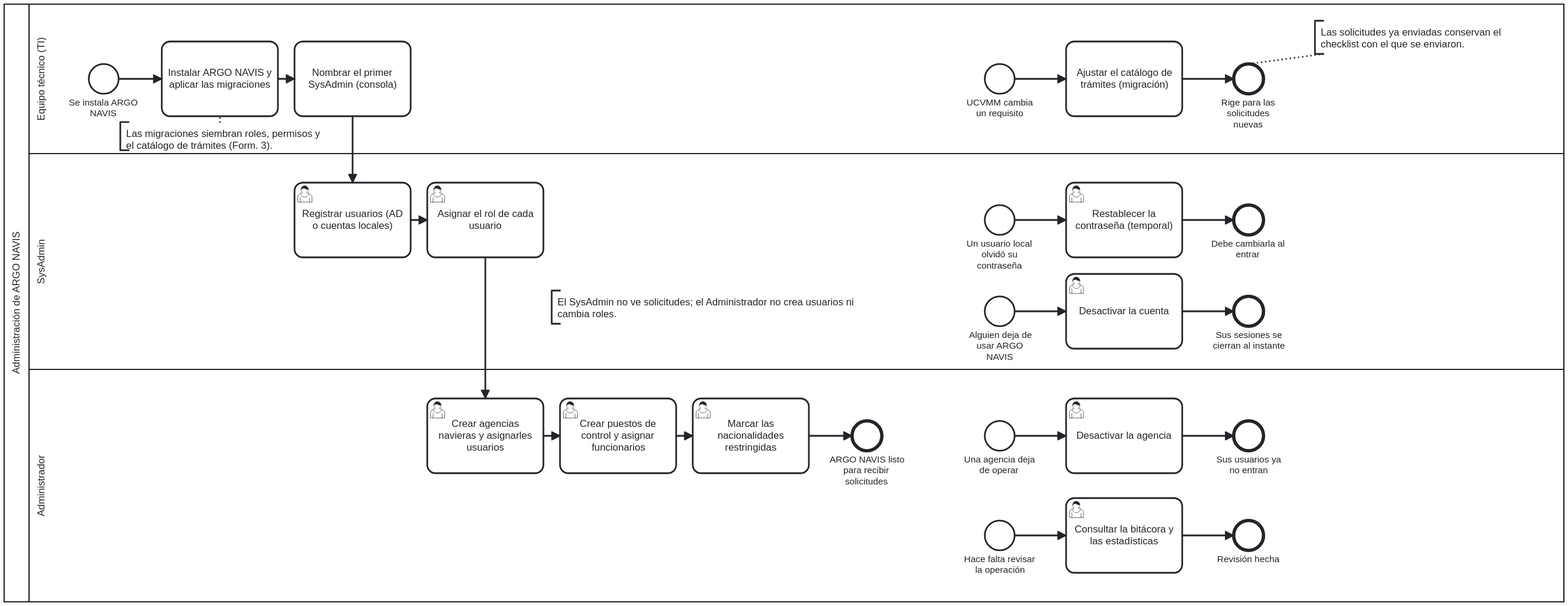
Earlier version of the BPMN export docs/bpmn/03-administracion.svg (rxppxc/ArgoNavis). Its source is kept beside it as docs/bpmn/03-administracion.bpmn. Ids are renumbered.
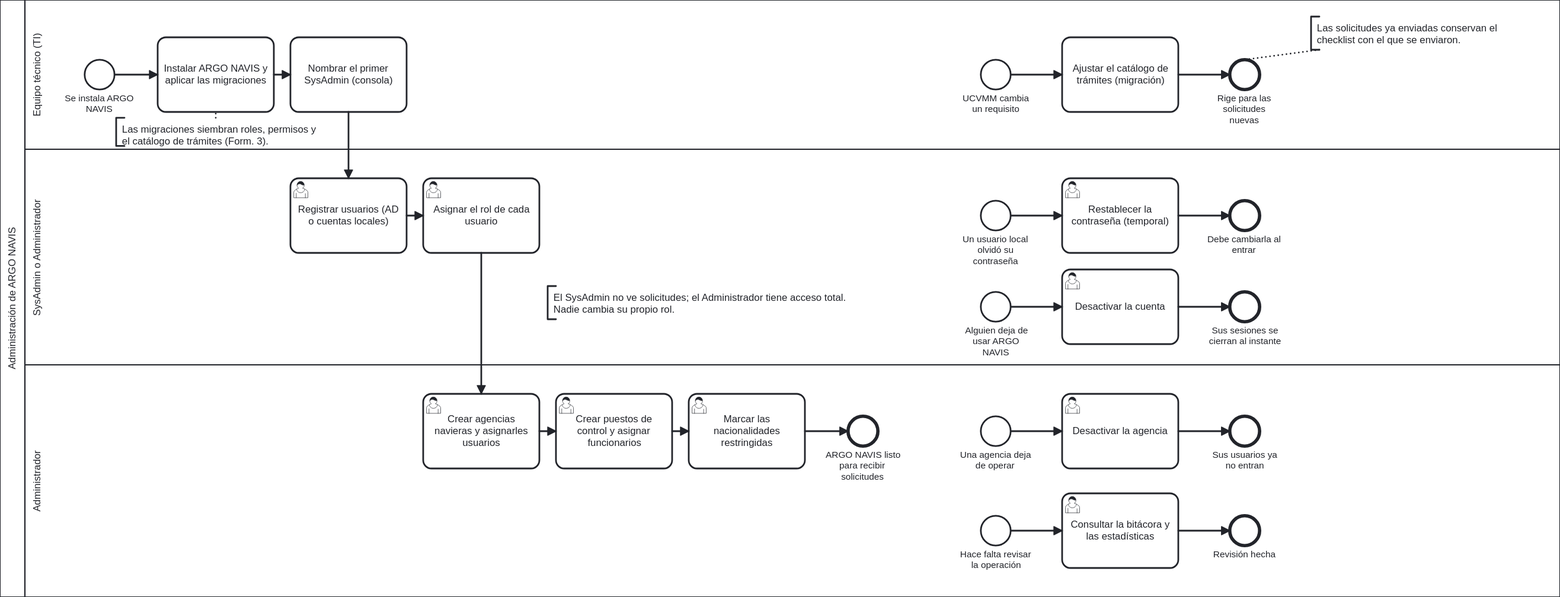
Later version of the same file.

Diff of the diagram source:
```diff
@@ -12,7 +12,7 @@
         <bpmn:flowNodeRef>AjustarCatalogo</bpmn:flowNodeRef>
         <bpmn:flowNodeRef>CatalogoAjustado</bpmn:flowNodeRef>
       </bpmn:lane>
-      <bpmn:lane id="Carril_SysAdmin" name="SysAdmin">
+      <bpmn:lane id="Carril_SysAdmin" name="SysAdmin o Administrador">
         <bpmn:flowNodeRef>RegistrarUsuarios</bpmn:flowNodeRef>
         <bpmn:flowNodeRef>AsignarRoles</bpmn:flowNodeRef>
         <bpmn:flowNodeRef>OlvidoContrasena</bpmn:flowNodeRef>
@@ -140,7 +140,7 @@
     <bpmn:sequenceFlow id="Flujo_ConsultarBitacora_RevisionHecha" sourceRef="ConsultarBitacora" targetRef="RevisionHecha" />
     <bpmn:textAnnotation id="Nota_Migraciones"><bpmn:text>Las migraciones siembran roles, permisos y el catálogo de trámites (Form. 3).</bpmn:text></bpmn:textAnnotation>
     <bpmn:association id="Asoc_Nota_Migraciones" associationDirection="None" sourceRef="Nota_Migraciones" targetRef="Instalar" />
-    <bpmn:textAnnotation id="Nota_Roles"><bpmn:text>El SysAdmin no ve solicitudes; el Administrador no crea usuarios ni cambia roles.</bpmn:text></bpmn:textAnnotation>
+    <bpmn:textAnnotation id="Nota_Roles"><bpmn:text>El SysAdmin no ve solicitudes; el Administrador tiene acceso total. Nadie cambia su propio rol.</bpmn:text></bpmn:textAnnotation>
     <bpmn:textAnnotation id="Nota_Catalogo"><bpmn:text>Las solicitudes ya enviadas conservan el checklist con el que se enviaron.</bpmn:text></bpmn:textAnnotation>
     <bpmn:association id="Asoc_Nota_Catalogo" associationDirection="None" sourceRef="Nota_Catalogo" targetRef="CatalogoAjustado" />
   </bpmn:process>
```
